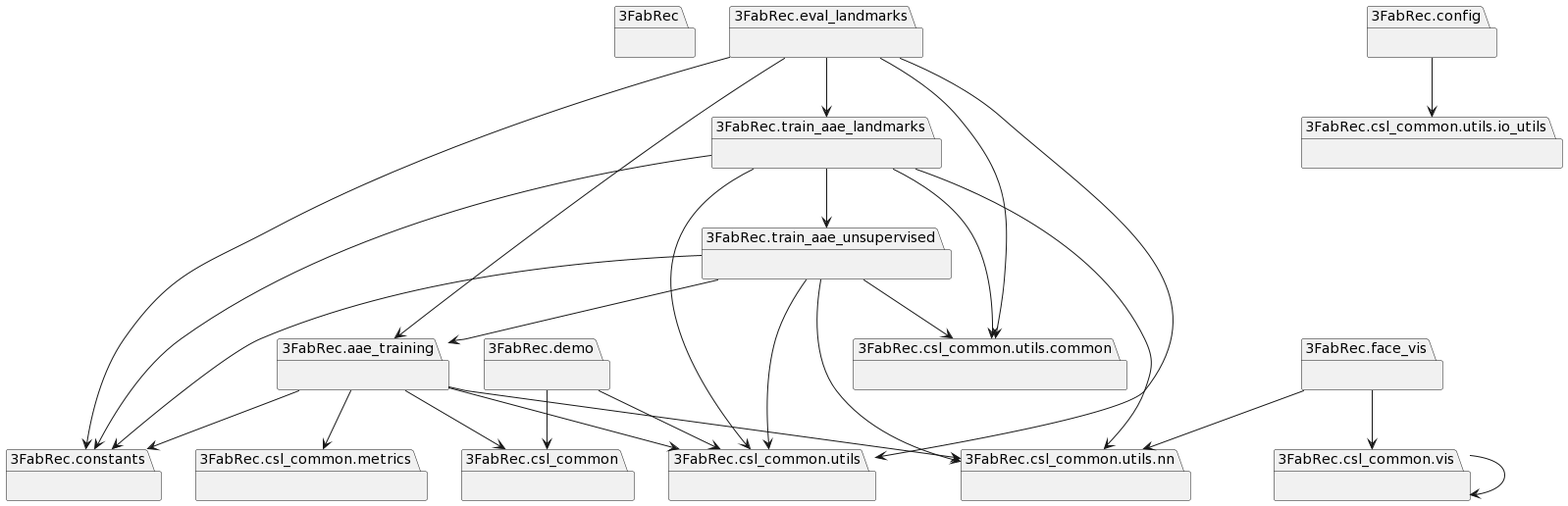
Before: Memoria/img/diagrama_paquetes_1.png, a diagram exported from PlantUML (alejbormeg/TFG-LandmarkDetectionAndCNNAnalysis). Its diagram source:
```plantuml
@startuml
set namespaceSeparator none
package "3FabRec" as 3FabRec {
}
package "3FabRec.aae_training" as 3FabRec.aae_training {
}
package "3FabRec.config" as 3FabRec.config {
}
package "3FabRec.constants" as 3FabRec.constants {
}
package "3FabRec.csl_common" as 3FabRec.csl_common {
}
package "3FabRec.csl_common.metrics" as 3FabRec.csl_common.metrics {
}
package "3FabRec.csl_common.utils" as 3FabRec.csl_common.utils {
}
package "3FabRec.csl_common.utils.common" as 3FabRec.csl_common.utils.common {
}
package "3FabRec.csl_common.utils.io_utils" as 3FabRec.csl_common.utils.io_utils {
}
package "3FabRec.csl_common.utils.nn" as 3FabRec.csl_common.utils.nn {
}
package "3FabRec.csl_common.vis" as 3FabRec.csl_common.vis {
}
package "3FabRec.demo" as 3FabRec.demo {
}
package "3FabRec.eval_landmarks" as 3FabRec.eval_landmarks {
}
package "3FabRec.face_vis" as 3FabRec.face_vis {
}
package "3FabRec.train_aae_landmarks" as 3FabRec.train_aae_landmarks {
}
package "3FabRec.train_aae_unsupervised" as 3FabRec.train_aae_unsupervised {
}
3FabRec.aae_training --> 3FabRec.constants
3FabRec.aae_training --> 3FabRec.csl_common
3FabRec.aae_training --> 3FabRec.csl_common.metrics
3FabRec.aae_training --> 3FabRec.csl_common.utils
3FabRec.aae_training --> 3FabRec.csl_common.utils.nn
3FabRec.config --> 3FabRec.csl_common.utils.io_utils
3FabRec.csl_common.vis --> 3FabRec.csl_common.vis
3FabRec.demo --> 3FabRec.csl_common
3FabRec.demo --> 3FabRec.csl_common.utils
3FabRec.eval_landmarks --> 3FabRec.aae_training
3FabRec.eval_landmarks --> 3FabRec.constants
3FabRec.eval_landmarks --> 3FabRec.csl_common.utils
3FabRec.eval_landmarks --> 3FabRec.csl_common.utils.common
3FabRec.eval_landmarks --> 3FabRec.train_aae_landmarks
3FabRec.face_vis --> 3FabRec.csl_common.utils.nn
3FabRec.face_vis --> 3FabRec.csl_common.vis
3FabRec.train_aae_landmarks --> 3FabRec.constants
3FabRec.train_aae_landmarks --> 3FabRec.csl_common.utils
3FabRec.train_aae_landmarks --> 3FabRec.csl_common.utils.common
3FabRec.train_aae_landmarks --> 3FabRec.csl_common.utils.nn
3FabRec.train_aae_landmarks --> 3FabRec.train_aae_unsupervised
3FabRec.train_aae_unsupervised --> 3FabRec.aae_training
3FabRec.train_aae_unsupervised --> 3FabRec.constants
3FabRec.train_aae_unsupervised --> 3FabRec.csl_common.utils
3FabRec.train_aae_unsupervised --> 3FabRec.csl_common.utils.common
3FabRec.train_aae_unsupervised --> 3FabRec.csl_common.utils.nn
@enduml
```
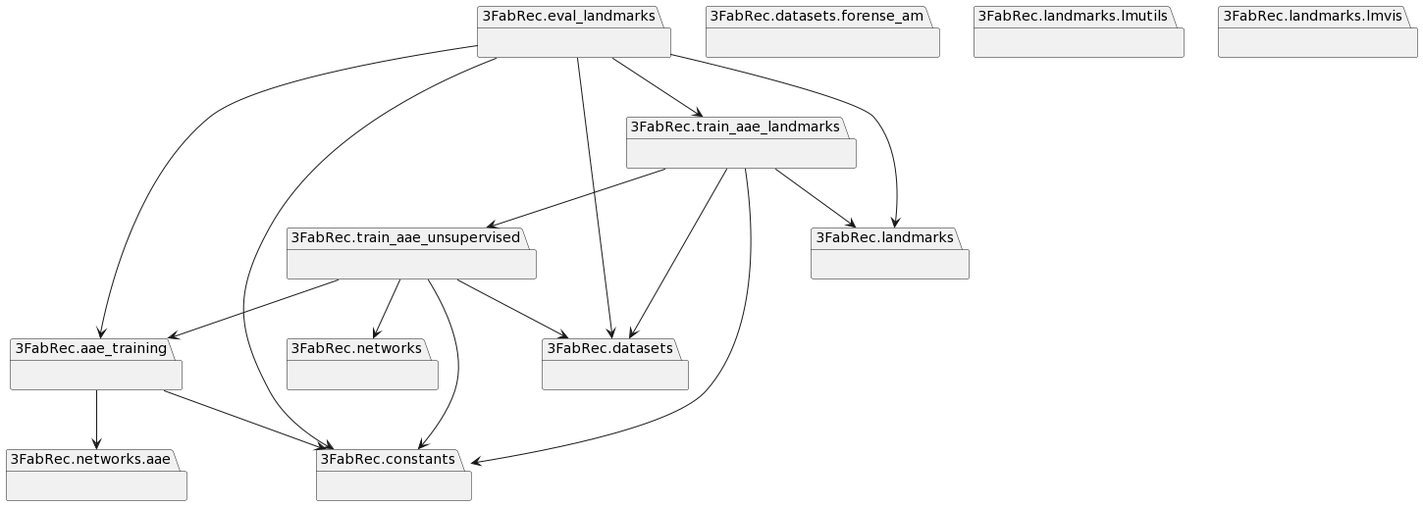
The same file after the commit.

The edit, as a diff of the source:
```diff
@@ -1,61 +1,43 @@
 @startuml
 set namespaceSeparator none
-package "3FabRec" as 3FabRec {
-}
+
 package "3FabRec.aae_training" as 3FabRec.aae_training {
-}
-package "3FabRec.config" as 3FabRec.config {
 }
 package "3FabRec.constants" as 3FabRec.constants {
 }
-package "3FabRec.csl_common" as 3FabRec.csl_common {
+package "3FabRec.datasets" as 3FabRec.datasets {
 }
-package "3FabRec.csl_common.metrics" as 3FabRec.csl_common.metrics {
-}
-package "3FabRec.csl_common.utils" as 3FabRec.csl_common.utils {
-}
-package "3FabRec.csl_common.utils.common" as 3FabRec.csl_common.utils.common {
-}
-package "3FabRec.csl_common.utils.io_utils" as 3FabRec.csl_common.utils.io_utils {
-}
-package "3FabRec.csl_common.utils.nn" as 3FabRec.csl_common.utils.nn {
-}
-package "3FabRec.csl_common.vis" as 3FabRec.csl_common.vis {
-}
-package "3FabRec.demo" as 3FabRec.demo {
+package "3FabRec.datasets.forense_am" as 3FabRec.datasets.forense_am {
 }
 package "3FabRec.eval_landmarks" as 3FabRec.eval_landmarks {
 }
-package "3FabRec.face_vis" as 3FabRec.face_vis {
+package "3FabRec.landmarks" as 3FabRec.landmarks {
+}
+package "3FabRec.landmarks.lmutils" as 3FabRec.landmarks.lmutils {
+}
+package "3FabRec.landmarks.lmvis" as 3FabRec.landmarks.lmvis {
+}
+package "3FabRec.networks" as 3FabRec.networks {
+}
+package "3FabRec.networks.aae" as 3FabRec.networks.aae {
 }
 package "3FabRec.train_aae_landmarks" as 3FabRec.train_aae_landmarks {
 }
 package "3FabRec.train_aae_unsupervised" as 3FabRec.train_aae_unsupervised {
 }
 3FabRec.aae_training --> 3FabRec.constants
-3FabRec.aae_training --> 3FabRec.csl_common
-3FabRec.aae_training --> 3FabRec.csl_common.metrics
-3FabRec.aae_training --> 3FabRec.csl_common.utils
-3FabRec.aae_training --> 3FabRec.csl_common.utils.nn
-3FabRec.config --> 3FabRec.csl_common.utils.io_utils
-3FabRec.csl_common.vis --> 3FabRec.csl_common.vis
-3FabRec.demo --> 3FabRec.csl_common
-3FabRec.demo --> 3FabRec.csl_common.utils
+3FabRec.aae_training --> 3FabRec.networks.aae
 3FabRec.eval_landmarks --> 3FabRec.aae_training
 3FabRec.eval_landmarks --> 3FabRec.constants
-3FabRec.eval_landmarks --> 3FabRec.csl_common.utils
-3FabRec.eval_landmarks --> 3FabRec.csl_common.utils.common
+3FabRec.eval_landmarks --> 3FabRec.datasets
+3FabRec.eval_landmarks --> 3FabRec.landmarks
 3FabRec.eval_landmarks --> 3FabRec.train_aae_landmarks
-3FabRec.face_vis --> 3FabRec.csl_common.utils.nn
-3FabRec.face_vis --> 3FabRec.csl_common.vis
 3FabRec.train_aae_landmarks --> 3FabRec.constants
-3FabRec.train_aae_landmarks --> 3FabRec.csl_common.utils
-3FabRec.train_aae_landmarks --> 3FabRec.csl_common.utils.common
-3FabRec.train_aae_landmarks --> 3FabRec.csl_common.utils.nn
+3FabRec.train_aae_landmarks --> 3FabRec.datasets
+3FabRec.train_aae_landmarks --> 3FabRec.landmarks
 3FabRec.train_aae_landmarks --> 3FabRec.train_aae_unsupervised
 3FabRec.train_aae_unsupervised --> 3FabRec.aae_training
 3FabRec.train_aae_unsupervised --> 3FabRec.constants
-3FabRec.train_aae_unsupervised --> 3FabRec.csl_common.utils
-3FabRec.train_aae_unsupervised --> 3FabRec.csl_common.utils.common
-3FabRec.train_aae_unsupervised --> 3FabRec.csl_common.utils.nn
+3FabRec.train_aae_unsupervised --> 3FabRec.datasets
+3FabRec.train_aae_unsupervised --> 3FabRec.networks
 @enduml
```
